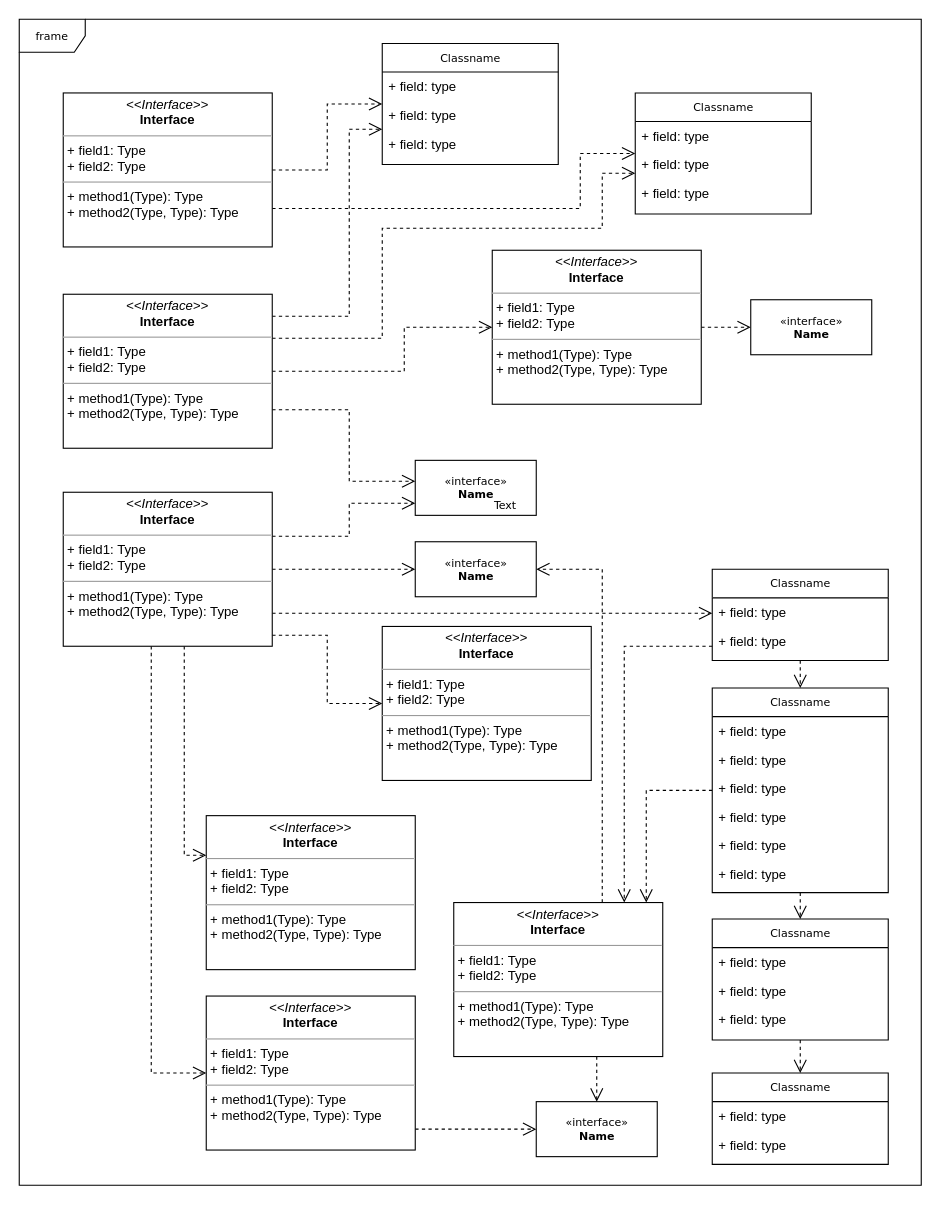
Before: Zacademy_DC.drawio in LisaDaudibon/designjava-tp4, a draw.io diagram. Source tidied: cells renumbered, new cells numbered last; positions are measured from the earlier drawing's top-left corner, leaving out a move shared by most shapes. Both pictures are drawn from the tidied source at 110%, with x=0, y=0 at pixel (19, 19).
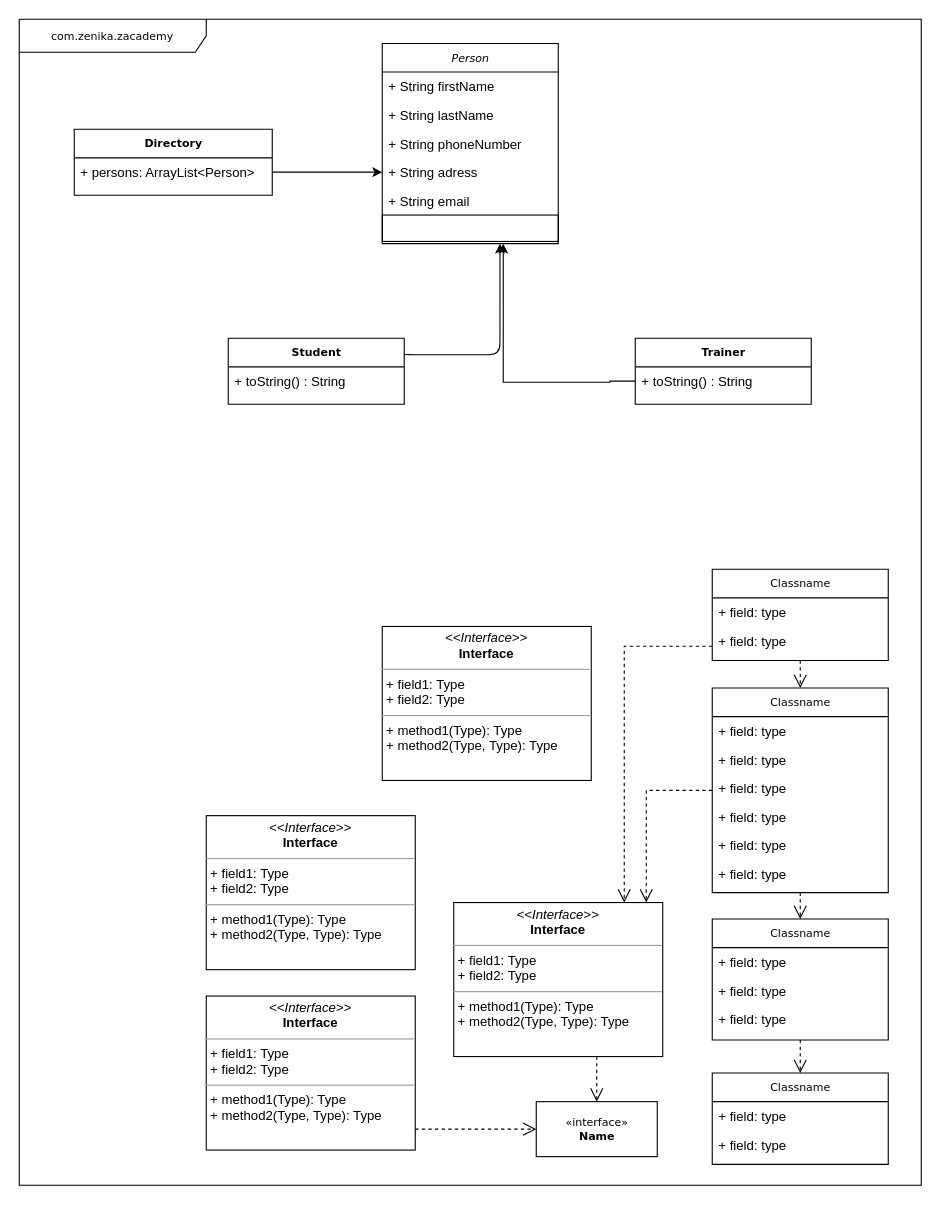
The same diagram, later.

Commit message:
Mettre à jour Zacademy_DC.drawio

Unchanged cells that the change refers to:
```xml
<mxCell id="29" value="Classname" style="swimlane;html=1;fontStyle=0;horizontal=1;startSize=26;fillColor=none;swimlaneFillColor=#ffffff;rounded=0;shadow=0;comic=0;labelBackgroundColor=none;strokeWidth=1;fontFamily=Verdana;fontSize=10;align=center;" parent="1" vertex="1">
  <mxGeometry x="630" y="500" width="160" height="83" as="geometry" />
</mxCell>
<mxCell id="35" value="&lt;p style=&quot;margin:0px;margin-top:4px;text-align:center;&quot;&gt;&lt;i&gt;&amp;lt;&amp;lt;Interface&amp;gt;&amp;gt;&lt;/i&gt;&lt;br/&gt;&lt;b&gt;Interface&lt;/b&gt;&lt;/p&gt;&lt;hr size=&quot;1&quot;/&gt;&lt;p style=&quot;margin:0px;margin-left:4px;&quot;&gt;+ field1: Type&lt;br/&gt;+ field2: Type&lt;/p&gt;&lt;hr size=&quot;1&quot;/&gt;&lt;p style=&quot;margin:0px;margin-left:4px;&quot;&gt;+ method1(Type): Type&lt;br/&gt;+ method2(Type, Type): Type&lt;/p&gt;" style="verticalAlign=top;align=left;overflow=fill;fontSize=12;fontFamily=Helvetica;html=1;rounded=0;shadow=0;comic=0;labelBackgroundColor=none;strokeWidth=1;" parent="1" vertex="1">
  <mxGeometry x="395" y="803" width="190" height="140" as="geometry" />
</mxCell>
<mxCell id="36" value="&lt;p style=&quot;margin:0px;margin-top:4px;text-align:center;&quot;&gt;&lt;i&gt;&amp;lt;&amp;lt;Interface&amp;gt;&amp;gt;&lt;/i&gt;&lt;br/&gt;&lt;b&gt;Interface&lt;/b&gt;&lt;/p&gt;&lt;hr size=&quot;1&quot;/&gt;&lt;p style=&quot;margin:0px;margin-left:4px;&quot;&gt;+ field1: Type&lt;br/&gt;+ field2: Type&lt;/p&gt;&lt;hr size=&quot;1&quot;/&gt;&lt;p style=&quot;margin:0px;margin-left:4px;&quot;&gt;+ method1(Type): Type&lt;br/&gt;+ method2(Type, Type): Type&lt;/p&gt;" style="verticalAlign=top;align=left;overflow=fill;fontSize=12;fontFamily=Helvetica;html=1;rounded=0;shadow=0;comic=0;labelBackgroundColor=none;strokeWidth=1;" parent="1" vertex="1">
  <mxGeometry x="330" y="552" width="190" height="140" as="geometry" />
</mxCell>
<mxCell id="38" value="&lt;p style=&quot;margin:0px;margin-top:4px;text-align:center;&quot;&gt;&lt;i&gt;&amp;lt;&amp;lt;Interface&amp;gt;&amp;gt;&lt;/i&gt;&lt;br/&gt;&lt;b&gt;Interface&lt;/b&gt;&lt;/p&gt;&lt;hr size=&quot;1&quot;/&gt;&lt;p style=&quot;margin:0px;margin-left:4px;&quot;&gt;+ field1: Type&lt;br/&gt;+ field2: Type&lt;/p&gt;&lt;hr size=&quot;1&quot;/&gt;&lt;p style=&quot;margin:0px;margin-left:4px;&quot;&gt;+ method1(Type): Type&lt;br/&gt;+ method2(Type, Type): Type&lt;/p&gt;" style="verticalAlign=top;align=left;overflow=fill;fontSize=12;fontFamily=Helvetica;html=1;rounded=0;shadow=0;comic=0;labelBackgroundColor=none;strokeWidth=1;" parent="1" vertex="1">
  <mxGeometry x="170" y="888" width="190" height="140" as="geometry" />
</mxCell>
<mxCell id="39" value="&lt;p style=&quot;margin:0px;margin-top:4px;text-align:center;&quot;&gt;&lt;i&gt;&amp;lt;&amp;lt;Interface&amp;gt;&amp;gt;&lt;/i&gt;&lt;br/&gt;&lt;b&gt;Interface&lt;/b&gt;&lt;/p&gt;&lt;hr size=&quot;1&quot;/&gt;&lt;p style=&quot;margin:0px;margin-left:4px;&quot;&gt;+ field1: Type&lt;br/&gt;+ field2: Type&lt;/p&gt;&lt;hr size=&quot;1&quot;/&gt;&lt;p style=&quot;margin:0px;margin-left:4px;&quot;&gt;+ method1(Type): Type&lt;br/&gt;+ method2(Type, Type): Type&lt;/p&gt;" style="verticalAlign=top;align=left;overflow=fill;fontSize=12;fontFamily=Helvetica;html=1;rounded=0;shadow=0;comic=0;labelBackgroundColor=none;strokeWidth=1;" parent="1" vertex="1">
  <mxGeometry x="170" y="724" width="190" height="140" as="geometry" />
</mxCell>
```

Change to the diagram source:
```diff
@@
-    <mxCell id="2" value="frame" style="shape=umlFrame;whiteSpace=wrap;html=1;rounded=0;shadow=0;comic=0;labelBackgroundColor=none;strokeWidth=1;fontFamily=Verdana;fontSize=10;align=center;" parent="1" vertex="1">
+    <mxCell id="2" value="com.zenika.zacademy" style="shape=umlFrame;whiteSpace=wrap;html=1;rounded=0;shadow=0;comic=0;labelBackgroundColor=none;strokeWidth=1;fontFamily=Verdana;fontSize=10;align=center;width=170;height=30;" parent="1" vertex="1">
       <mxGeometry width="820" height="1060" as="geometry" />
     </mxCell>
@@
-    <mxCell id="12" value="Classname" style="swimlane;html=1;fontStyle=0;horizontal=1;startSize=26;fillColor=none;swimlaneFillColor=#ffffff;rounded=0;shadow=0;comic=0;labelBackgroundColor=none;strokeWidth=1;fontFamily=Verdana;fontSize=10;align=center;" parent="1" vertex="1">
-      <mxGeometry x="330" y="22" width="160" height="110" as="geometry" />
+    <mxCell id="12" value="&lt;i&gt;Person&lt;/i&gt;" style="swimlane;html=1;fontStyle=0;horizontal=1;startSize=26;fillColor=none;swimlaneFillColor=#ffffff;rounded=0;shadow=0;comic=0;labelBackgroundColor=none;strokeWidth=1;fontFamily=Verdana;fontSize=10;align=center;" parent="1" vertex="1">
+      <mxGeometry x="330" y="22" width="160" height="182" as="geometry" />
     </mxCell>
-    <mxCell id="13" value="+ field: type" style="text;html=1;strokeColor=none;fillColor=none;align=left;verticalAlign=top;spacingLeft=4;spacingRight=4;whiteSpace=wrap;overflow=hidden;" parent="12" vertex="1">
+    <mxCell id="13" value="+ String firstName" style="text;html=1;strokeColor=none;fillColor=none;align=left;verticalAlign=top;spacingLeft=4;spacingRight=4;whiteSpace=wrap;overflow=hidden;" parent="12" vertex="1">
       <mxGeometry y="26" width="160" height="26" as="geometry" />
     </mxCell>
-    <mxCell id="14" value="+ field: type" style="text;html=1;strokeColor=none;fillColor=none;align=left;verticalAlign=top;spacingLeft=4;spacingRight=4;whiteSpace=wrap;overflow=hidden;" parent="12" vertex="1">
+    <mxCell id="14" value="+ String lastName" style="text;html=1;strokeColor=none;fillColor=none;align=left;verticalAlign=top;spacingLeft=4;spacingRight=4;whiteSpace=wrap;overflow=hidden;" parent="12" vertex="1">
       <mxGeometry y="52" width="160" height="26" as="geometry" />
     </mxCell>
-    <mxCell id="15" value="+ field: type" style="text;html=1;strokeColor=none;fillColor=none;align=left;verticalAlign=top;spacingLeft=4;spacingRight=4;whiteSpace=wrap;overflow=hidden;" parent="12" vertex="1">
+    <mxCell id="15" value="+ String phoneNumber" style="text;html=1;strokeColor=none;fillColor=none;align=left;verticalAlign=top;spacingLeft=4;spacingRight=4;whiteSpace=wrap;overflow=hidden;" parent="12" vertex="1">
       <mxGeometry y="78" width="160" height="26" as="geometry" />
     </mxCell>
+    <mxCell id="62" value="+ String adress" style="text;html=1;strokeColor=none;fillColor=none;align=left;verticalAlign=top;spacingLeft=4;spacingRight=4;whiteSpace=wrap;overflow=hidden;points=[[0,0.5],[1,0.5]];portConstraint=eastwest;" parent="12" vertex="1">
+      <mxGeometry y="104" width="160" height="26" as="geometry" />
+    </mxCell>
+    <mxCell id="63" value="+ String email" style="text;html=1;strokeColor=none;fillColor=none;align=left;verticalAlign=top;spacingLeft=4;spacingRight=4;whiteSpace=wrap;overflow=hidden;" parent="12" vertex="1">
+      <mxGeometry y="130" width="160" height="26" as="geometry" />
+    </mxCell>
+    <mxCell id="64" style="text;html=1;strokeColor=default;fillColor=none;align=left;verticalAlign=top;spacingLeft=4;spacingRight=4;whiteSpace=wrap;overflow=hidden;points=[[0,0.5],[1,0.5]];portConstraint=eastwest;" parent="12" vertex="1">
+      <mxGeometry y="156" width="160" height="24" as="geometry" />
+    </mxCell>
-    <mxCell id="16" value="Classname" style="swimlane;html=1;fontStyle=0;horizontal=1;startSize=26;fillColor=none;swimlaneFillColor=#ffffff;rounded=0;shadow=0;comic=0;labelBackgroundColor=none;strokeWidth=1;fontFamily=Verdana;fontSize=10;align=center;" parent="1" vertex="1">
-      <mxGeometry x="560" y="67" width="160" height="110" as="geometry" />
+    <mxCell id="16" value="&lt;b&gt;Trainer&lt;/b&gt;" style="swimlane;html=1;fontStyle=0;horizontal=1;startSize=26;fillColor=none;swimlaneFillColor=#ffffff;rounded=0;shadow=0;comic=0;labelBackgroundColor=none;strokeWidth=1;fontFamily=Verdana;fontSize=10;align=center;" parent="1" vertex="1">
+      <mxGeometry x="560" y="290" width="160" height="60" as="geometry" />
     </mxCell>
-    <mxCell id="17" value="+ field: type" style="text;html=1;strokeColor=none;fillColor=none;align=left;verticalAlign=top;spacingLeft=4;spacingRight=4;whiteSpace=wrap;overflow=hidden;points=[[0,0.5],[1,0.5]];portConstraint=eastwest;" parent="16" vertex="1">
+    <mxCell id="17" value="+ toString() : String" style="text;html=1;strokeColor=none;fillColor=none;align=left;verticalAlign=top;spacingLeft=4;spacingRight=4;whiteSpace=wrap;overflow=hidden;points=[[0,0.5],[1,0.5]];portConstraint=eastwest;" parent="16" vertex="1">
       <mxGeometry y="26" width="160" height="26" as="geometry" />
     </mxCell>
-    <mxCell id="18" value="+ field: type" style="text;html=1;strokeColor=none;fillColor=none;align=left;verticalAlign=top;spacingLeft=4;spacingRight=4;whiteSpace=wrap;overflow=hidden;" parent="16" vertex="1">
-      <mxGeometry y="52" width="160" height="26" as="geometry" />
-    </mxCell>
-    <mxCell id="19" value="+ field: type" style="text;html=1;strokeColor=none;fillColor=none;align=left;verticalAlign=top;spacingLeft=4;spacingRight=4;whiteSpace=wrap;overflow=hidden;" parent="16" vertex="1">
-      <mxGeometry y="78" width="160" height="26" as="geometry" />
-    </mxCell>
@@
-    <mxCell id="34" style="edgeStyle=orthogonalEdgeStyle;rounded=0;html=1;dashed=1;labelBackgroundColor=none;startFill=0;endArrow=open;endFill=0;endSize=10;fontFamily=Verdana;fontSize=10;" parent="1" edge="1" source="35" target="40">
-      <mxGeometry relative="1" as="geometry">
-        <Array as="points">
-          <mxPoint x="530" y="500" />
-        </Array>
-      </mxGeometry>
-    </mxCell>
@@
-    <mxCell id="40" value="&amp;laquo;interface&amp;raquo;&lt;br&gt;&lt;b&gt;Name&lt;/b&gt;" style="html=1;rounded=0;shadow=0;comic=0;labelBackgroundColor=none;strokeWidth=1;fontFamily=Verdana;fontSize=10;align=center;" parent="1" vertex="1">
-      <mxGeometry x="360" y="475" width="110" height="50" as="geometry" />
-    </mxCell>
-    <mxCell id="41" value="&amp;laquo;interface&amp;raquo;&lt;br&gt;&lt;b&gt;Name&lt;/b&gt;" style="html=1;rounded=0;shadow=0;comic=0;labelBackgroundColor=none;strokeWidth=1;fontFamily=Verdana;fontSize=10;align=center;" parent="1" vertex="1">
-      <mxGeometry x="360" y="401" width="110" height="50" as="geometry" />
-    </mxCell>
-    <mxCell id="42" style="edgeStyle=orthogonalEdgeStyle;rounded=0;html=1;dashed=1;labelBackgroundColor=none;startFill=0;endArrow=open;endFill=0;endSize=10;fontFamily=Verdana;fontSize=10;" parent="1" edge="1" source="43" target="45">
-      <mxGeometry relative="1" as="geometry" />
-    </mxCell>
-    <mxCell id="43" value="&lt;p style=&quot;margin:0px;margin-top:4px;text-align:center;&quot;&gt;&lt;i&gt;&amp;lt;&amp;lt;Interface&amp;gt;&amp;gt;&lt;/i&gt;&lt;br/&gt;&lt;b&gt;Interface&lt;/b&gt;&lt;/p&gt;&lt;hr size=&quot;1&quot;/&gt;&lt;p style=&quot;margin:0px;margin-left:4px;&quot;&gt;+ field1: Type&lt;br/&gt;+ field2: Type&lt;/p&gt;&lt;hr size=&quot;1&quot;/&gt;&lt;p style=&quot;margin:0px;margin-left:4px;&quot;&gt;+ method1(Type): Type&lt;br/&gt;+ method2(Type, Type): Type&lt;/p&gt;" style="verticalAlign=top;align=left;overflow=fill;fontSize=12;fontFamily=Helvetica;html=1;rounded=0;shadow=0;comic=0;labelBackgroundColor=none;strokeWidth=1;" parent="1" vertex="1">
-      <mxGeometry x="430" y="210" width="190" height="140" as="geometry" />
-    </mxCell>
-    <mxCell id="44" value="Text" style="text;html=1;align=left;verticalAlign=top;spacingTop=-4;fontSize=10;fontFamily=Verdana;fontColor=#000000;" parent="1" vertex="1">
-      <mxGeometry x="430" y="434" width="40" height="10" as="geometry" />
-    </mxCell>
-    <mxCell id="45" value="&amp;laquo;interface&amp;raquo;&lt;br&gt;&lt;b&gt;Name&lt;/b&gt;" style="html=1;rounded=0;shadow=0;comic=0;labelBackgroundColor=none;strokeWidth=1;fontFamily=Verdana;fontSize=10;align=center;" parent="1" vertex="1">
-      <mxGeometry x="665" y="255" width="110" height="50" as="geometry" />
-    </mxCell>
-    <mxCell id="46" style="edgeStyle=orthogonalEdgeStyle;rounded=0;html=1;labelBackgroundColor=none;startFill=0;endArrow=open;endFill=0;endSize=10;fontFamily=Verdana;fontSize=10;dashed=1;" parent="1" edge="1" source="48" target="12">
-      <mxGeometry relative="1" as="geometry" />
-    </mxCell>
-    <mxCell id="47" style="edgeStyle=orthogonalEdgeStyle;rounded=0;html=1;exitX=1;exitY=0.75;dashed=1;labelBackgroundColor=none;startFill=0;endArrow=open;endFill=0;endSize=10;fontFamily=Verdana;fontSize=10;" parent="1" edge="1" source="48" target="16">
-      <mxGeometry relative="1" as="geometry">
-        <Array as="points">
-          <mxPoint x="510" y="172" />
-          <mxPoint x="510" y="122" />
-        </Array>
-      </mxGeometry>
-    </mxCell>
-    <mxCell id="48" value="&lt;p style=&quot;margin:0px;margin-top:4px;text-align:center;&quot;&gt;&lt;i&gt;&amp;lt;&amp;lt;Interface&amp;gt;&amp;gt;&lt;/i&gt;&lt;br/&gt;&lt;b&gt;Interface&lt;/b&gt;&lt;/p&gt;&lt;hr size=&quot;1&quot;/&gt;&lt;p style=&quot;margin:0px;margin-left:4px;&quot;&gt;+ field1: Type&lt;br/&gt;+ field2: Type&lt;/p&gt;&lt;hr size=&quot;1&quot;/&gt;&lt;p style=&quot;margin:0px;margin-left:4px;&quot;&gt;+ method1(Type): Type&lt;br/&gt;+ method2(Type, Type): Type&lt;/p&gt;" style="verticalAlign=top;align=left;overflow=fill;fontSize=12;fontFamily=Helvetica;html=1;rounded=0;shadow=0;comic=0;labelBackgroundColor=none;strokeWidth=1;" parent="1" vertex="1">
-      <mxGeometry x="40" y="67" width="190" height="140" as="geometry" />
-    </mxCell>
-    <mxCell id="49" style="edgeStyle=orthogonalEdgeStyle;rounded=0;html=1;dashed=1;labelBackgroundColor=none;startFill=0;endArrow=open;endFill=0;endSize=10;fontFamily=Verdana;fontSize=10;" parent="1" edge="1" source="53" target="12">
-      <mxGeometry relative="1" as="geometry">
-        <Array as="points">
-          <mxPoint x="300" y="270" />
-          <mxPoint x="300" y="100" />
-        </Array>
-      </mxGeometry>
-    </mxCell>
-    <mxCell id="50" style="edgeStyle=orthogonalEdgeStyle;rounded=0;html=1;dashed=1;labelBackgroundColor=none;startFill=0;endArrow=open;endFill=0;endSize=10;fontFamily=Verdana;fontSize=10;" parent="1" edge="1" source="53" target="16">
-      <mxGeometry relative="1" as="geometry">
-        <Array as="points">
-          <mxPoint x="330" y="290" />
-          <mxPoint x="330" y="190" />
-          <mxPoint x="530" y="190" />
-          <mxPoint x="530" y="140" />
-        </Array>
-      </mxGeometry>
-    </mxCell>
-    <mxCell id="51" style="edgeStyle=orthogonalEdgeStyle;rounded=0;html=1;dashed=1;labelBackgroundColor=none;startFill=0;endArrow=open;endFill=0;endSize=10;fontFamily=Verdana;fontSize=10;" parent="1" edge="1" source="53" target="43">
-      <mxGeometry relative="1" as="geometry">
-        <Array as="points">
-          <mxPoint x="350" y="320" />
-          <mxPoint x="350" y="280" />
-        </Array>
-      </mxGeometry>
-    </mxCell>
-    <mxCell id="52" style="edgeStyle=orthogonalEdgeStyle;rounded=0;html=1;exitX=1;exitY=0.75;dashed=1;labelBackgroundColor=none;startFill=0;endArrow=open;endFill=0;endSize=10;fontFamily=Verdana;fontSize=10;" parent="1" edge="1" source="53" target="41">
-      <mxGeometry relative="1" as="geometry">
-        <Array as="points">
-          <mxPoint x="300" y="355" />
-          <mxPoint x="300" y="420" />
-        </Array>
-      </mxGeometry>
-    </mxCell>
-    <mxCell id="53" value="&lt;p style=&quot;margin:0px;margin-top:4px;text-align:center;&quot;&gt;&lt;i&gt;&amp;lt;&amp;lt;Interface&amp;gt;&amp;gt;&lt;/i&gt;&lt;br/&gt;&lt;b&gt;Interface&lt;/b&gt;&lt;/p&gt;&lt;hr size=&quot;1&quot;/&gt;&lt;p style=&quot;margin:0px;margin-left:4px;&quot;&gt;+ field1: Type&lt;br/&gt;+ field2: Type&lt;/p&gt;&lt;hr size=&quot;1&quot;/&gt;&lt;p style=&quot;margin:0px;margin-left:4px;&quot;&gt;+ method1(Type): Type&lt;br/&gt;+ method2(Type, Type): Type&lt;/p&gt;" style="verticalAlign=top;align=left;overflow=fill;fontSize=12;fontFamily=Helvetica;html=1;rounded=0;shadow=0;comic=0;labelBackgroundColor=none;strokeWidth=1;" parent="1" vertex="1">
-      <mxGeometry x="40" y="250" width="190" height="140" as="geometry" />
-    </mxCell>
-    <mxCell id="54" style="edgeStyle=orthogonalEdgeStyle;rounded=0;html=1;dashed=1;labelBackgroundColor=none;startFill=0;endArrow=open;endFill=0;endSize=10;fontFamily=Verdana;fontSize=10;" parent="1" edge="1" source="60" target="41">
-      <mxGeometry relative="1" as="geometry">
-        <Array as="points">
-          <mxPoint x="300" y="470" />
-          <mxPoint x="300" y="440" />
-        </Array>
-      </mxGeometry>
-    </mxCell>
-    <mxCell id="55" style="edgeStyle=orthogonalEdgeStyle;rounded=0;html=1;dashed=1;labelBackgroundColor=none;startFill=0;endArrow=open;endFill=0;endSize=10;fontFamily=Verdana;fontSize=10;" parent="1" edge="1" source="60" target="40">
-      <mxGeometry relative="1" as="geometry" />
-    </mxCell>
-    <mxCell id="56" style="edgeStyle=orthogonalEdgeStyle;rounded=0;html=1;dashed=1;labelBackgroundColor=none;startFill=0;endArrow=open;endFill=0;endSize=10;fontFamily=Verdana;fontSize=10;" parent="1" edge="1" source="60" target="36">
-      <mxGeometry relative="1" as="geometry">
-        <Array as="points">
-          <mxPoint x="280" y="560" />
-          <mxPoint x="280" y="622" />
-        </Array>
-      </mxGeometry>
-    </mxCell>
-    <mxCell id="57" style="edgeStyle=orthogonalEdgeStyle;rounded=0;html=1;dashed=1;labelBackgroundColor=none;startFill=0;endArrow=open;endFill=0;endSize=10;fontFamily=Verdana;fontSize=10;" parent="1" edge="1" source="60" target="29">
-      <mxGeometry relative="1" as="geometry">
-        <Array as="points">
-          <mxPoint x="330" y="540" />
-          <mxPoint x="330" y="540" />
-        </Array>
-      </mxGeometry>
-    </mxCell>
-    <mxCell id="58" style="edgeStyle=orthogonalEdgeStyle;rounded=0;html=1;dashed=1;labelBackgroundColor=none;startFill=0;endArrow=open;endFill=0;endSize=10;fontFamily=Verdana;fontSize=10;" parent="1" edge="1" source="60" target="39">
-      <mxGeometry relative="1" as="geometry">
-        <Array as="points">
-          <mxPoint x="150" y="760" />
-        </Array>
-      </mxGeometry>
-    </mxCell>
-    <mxCell id="59" style="edgeStyle=orthogonalEdgeStyle;rounded=0;html=1;dashed=1;labelBackgroundColor=none;startFill=0;endArrow=open;endFill=0;endSize=10;fontFamily=Verdana;fontSize=10;" parent="1" edge="1" source="60" target="38">
-      <mxGeometry relative="1" as="geometry">
-        <Array as="points">
-          <mxPoint x="120" y="958" />
-        </Array>
-      </mxGeometry>
-    </mxCell>
-    <mxCell id="60" value="&lt;p style=&quot;margin:0px;margin-top:4px;text-align:center;&quot;&gt;&lt;i&gt;&amp;lt;&amp;lt;Interface&amp;gt;&amp;gt;&lt;/i&gt;&lt;br/&gt;&lt;b&gt;Interface&lt;/b&gt;&lt;/p&gt;&lt;hr size=&quot;1&quot;/&gt;&lt;p style=&quot;margin:0px;margin-left:4px;&quot;&gt;+ field1: Type&lt;br/&gt;+ field2: Type&lt;/p&gt;&lt;hr size=&quot;1&quot;/&gt;&lt;p style=&quot;margin:0px;margin-left:4px;&quot;&gt;+ method1(Type): Type&lt;br/&gt;+ method2(Type, Type): Type&lt;/p&gt;" style="verticalAlign=top;align=left;overflow=fill;fontSize=12;fontFamily=Helvetica;html=1;rounded=0;shadow=0;comic=0;labelBackgroundColor=none;strokeWidth=1;" parent="1" vertex="1">
-      <mxGeometry x="40" y="430" width="190" height="140" as="geometry" />
-    </mxCell>
@@
+    <mxCell id="65" value="&lt;b&gt;Student&lt;/b&gt;" style="swimlane;html=1;fontStyle=0;horizontal=1;startSize=26;fillColor=none;swimlaneFillColor=#ffffff;rounded=0;shadow=0;comic=0;labelBackgroundColor=none;strokeWidth=1;fontFamily=Verdana;fontSize=10;align=center;" parent="1" vertex="1">
+      <mxGeometry x="190" y="290" width="160" height="60" as="geometry" />
+    </mxCell>
+    <mxCell id="66" value="+ toString() : String" style="text;html=1;strokeColor=none;fillColor=none;align=left;verticalAlign=top;spacingLeft=4;spacingRight=4;whiteSpace=wrap;overflow=hidden;" parent="65" vertex="1">
+      <mxGeometry y="26" width="160" height="26" as="geometry" />
+    </mxCell>
+    <mxCell id="67" style="edgeStyle=orthogonalEdgeStyle;rounded=0;jettySize=auto;html=1;entryX=0;entryY=0.5;entryDx=0;entryDy=0;endArrow=none;endFill=0;startArrow=classic;startFill=1;" parent="1" edge="1" target="17">
+      <mxGeometry relative="1" as="geometry">
+        <mxPoint x="440" y="204" as="sourcePoint" />
+        <Array as="points">
+          <mxPoint x="440" y="330" />
+          <mxPoint x="537" y="330" />
+        </Array>
+      </mxGeometry>
+    </mxCell>
+    <mxCell id="68" style="edgeStyle=orthogonalEdgeStyle;rounded=1;jettySize=auto;html=1;entryX=0.669;entryY=1.083;entryDx=0;entryDy=0;entryPerimeter=0;curved=0;" parent="1" edge="1" target="64">
+      <mxGeometry relative="1" as="geometry">
+        <mxPoint x="350" y="304" as="sourcePoint" />
+        <Array as="points">
+          <mxPoint x="350" y="305" />
+          <mxPoint x="437" y="305" />
+        </Array>
+      </mxGeometry>
+    </mxCell>
+    <mxCell id="69" value="&lt;b&gt;Directory&lt;/b&gt;" style="swimlane;html=1;fontStyle=0;horizontal=1;startSize=26;fillColor=none;swimlaneFillColor=#ffffff;rounded=0;shadow=0;comic=0;labelBackgroundColor=none;strokeWidth=1;fontFamily=Verdana;fontSize=10;align=center;" parent="1" vertex="1">
+      <mxGeometry x="50" y="100" width="180" height="60" as="geometry" />
+    </mxCell>
+    <mxCell id="70" value="+ persons: ArrayList&amp;lt;Person&amp;gt;" style="text;html=1;strokeColor=none;fillColor=none;align=left;verticalAlign=top;spacingLeft=4;spacingRight=4;whiteSpace=wrap;overflow=hidden;points=[[0,0.5],[1,0.5]];portConstraint=eastwest;" parent="69" vertex="1">
+      <mxGeometry y="26" width="180" height="26" as="geometry" />
+    </mxCell>
+    <mxCell id="71" style="edgeStyle=orthogonalEdgeStyle;rounded=0;jettySize=auto;html=1;entryX=0;entryY=0.5;entryDx=0;entryDy=0;" parent="1" edge="1" source="70" target="62">
+      <mxGeometry relative="1" as="geometry" />
+    </mxCell>
```
